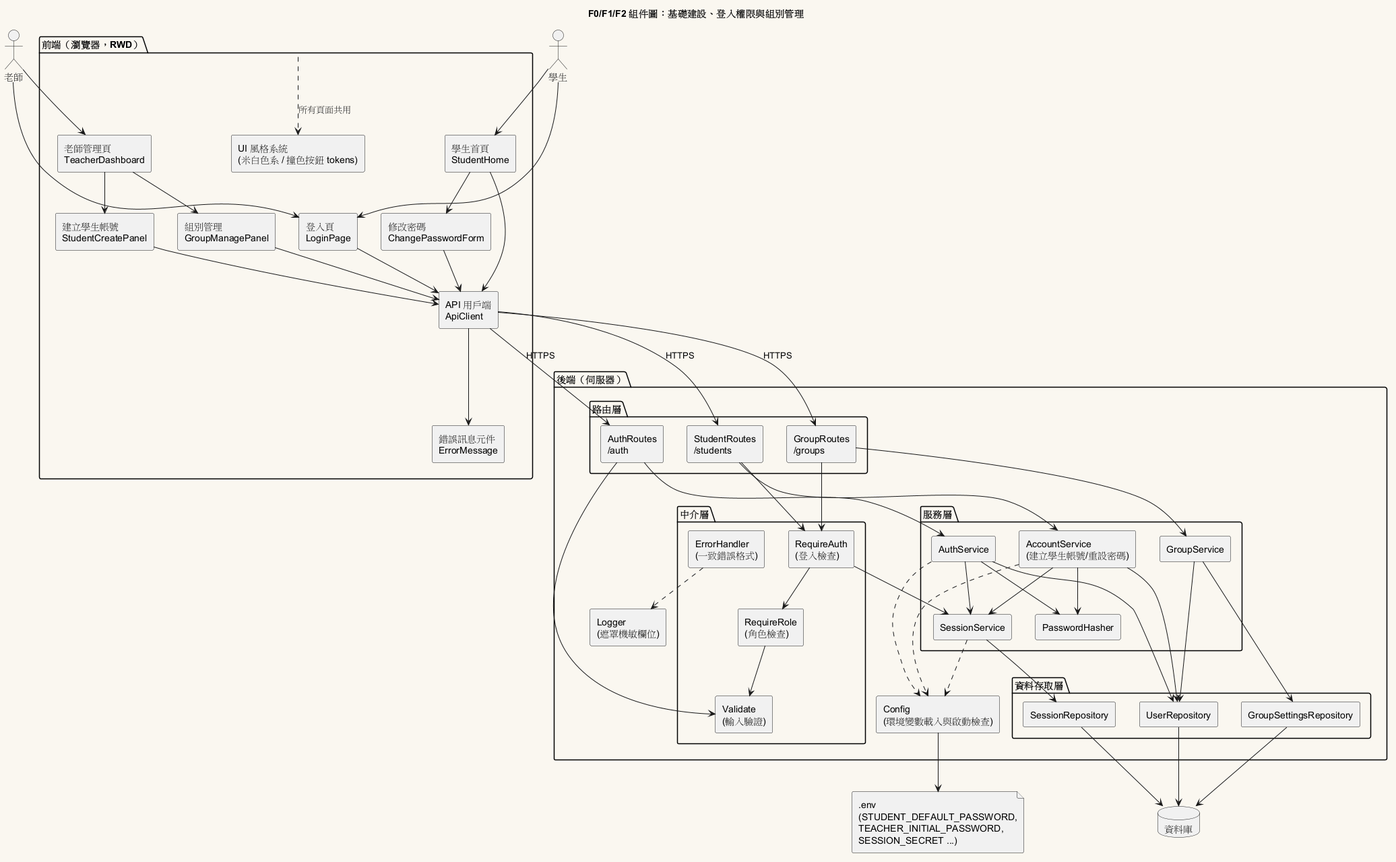
Before: diagrams/001-component.png, a diagram exported from PlantUML (Ennn-1023/SE_project). Its diagram source:
```plantuml
@startuml 001-component
title F0/F1/F2 組件圖：基礎建設、登入權限與組別管理

skinparam componentStyle rectangle
skinparam backgroundColor #FAF7F0
skinparam shadowing false

actor "老師" as Teacher
actor "學生" as Student

package "前端（瀏覽器，RWD）" as FE {
  [UI 風格系統\n(米白色系 / 撞色按鈕 tokens)] as Theme
  [登入頁\nLoginPage] as LoginPage
  [老師管理頁\nTeacherDashboard] as TeacherPage
  [建立學生帳號\nStudentCreatePanel] as CreatePanel
  [組別管理\nGroupManagePanel] as GroupManage
  [學生首頁\nStudentHome] as StudentHome
  [修改密碼\nChangePasswordForm] as ChangePwd
  [API 用戶端\nApiClient] as ApiClient
  [錯誤訊息元件\nErrorMessage] as ErrorView
}

package "後端（伺服器）" as BE {
  package "路由層" {
    [AuthRoutes\n/auth] as AuthRoutes
    [StudentRoutes\n/students] as StudentRoutes
    [GroupRoutes\n/groups] as GroupRoutes
  }
  package "中介層" {
    [RequireAuth\n(登入檢查)] as RequireAuth
    [RequireRole\n(角色檢查)] as RequireRole
    [Validate\n(輸入驗證)] as Validate
    [ErrorHandler\n(一致錯誤格式)] as ErrorHandler
  }
  package "服務層" {
    [AuthService] as AuthService
    [SessionService] as SessionService
    [AccountService\n(建立學生帳號/重設密碼)] as AccountService
    [GroupService] as GroupService
    [PasswordHasher] as Hasher
  }
  package "資料存取層" {
    [UserRepository] as UserRepo
    [SessionRepository] as SessionRepo
    [GroupSettingsRepository] as GroupRepo
  }
  [Config\n(環境變數載入與啟動檢查)] as Config
  [Logger\n(遮罩機敏欄位)] as Logger
}

database "資料庫" as DB
file ".env\n(STUDENT_DEFAULT_PASSWORD,\nTEACHER_INITIAL_PASSWORD,\nSESSION_SECRET ...)" as EnvFile

Teacher --> LoginPage
Student --> LoginPage
Teacher --> TeacherPage
Student --> StudentHome

TeacherPage --> CreatePanel
TeacherPage --> GroupManage
StudentHome --> ChangePwd

LoginPage --> ApiClient
CreatePanel --> ApiClient
GroupManage --> ApiClient
StudentHome --> ApiClient
ChangePwd --> ApiClient
ApiClient --> ErrorView
FE ..> Theme : 所有頁面共用

ApiClient --> AuthRoutes : HTTPS
ApiClient --> StudentRoutes : HTTPS
ApiClient --> GroupRoutes : HTTPS

AuthRoutes --> Validate
StudentRoutes --> RequireAuth
GroupRoutes --> RequireAuth
RequireAuth --> RequireRole
RequireRole --> Validate

AuthRoutes --> AuthService
StudentRoutes --> AccountService
GroupRoutes --> GroupService

AuthService --> SessionService
AuthService --> Hasher
AuthService --> UserRepo
AccountService --> Hasher
AccountService --> UserRepo
AccountService --> SessionService
GroupService --> UserRepo
GroupService --> GroupRepo
SessionService --> SessionRepo
RequireAuth --> SessionService

UserRepo --> DB
SessionRepo --> DB
GroupRepo --> DB

Config --> EnvFile
AuthService ..> Config
AccountService ..> Config
SessionService ..> Config
ErrorHandler ..> Logger
@enduml
```
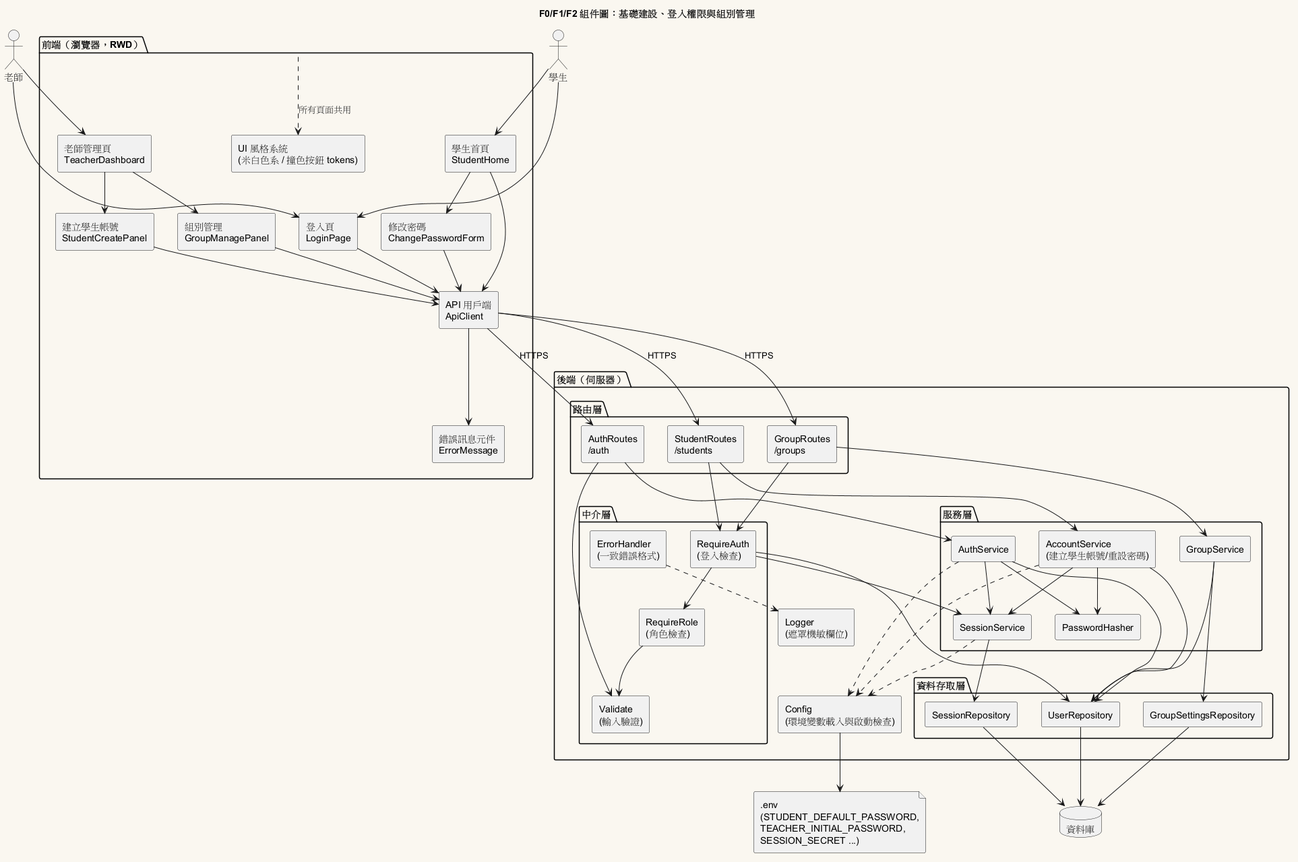
After the change.

Change to the diagram source:
```diff
@@ -92,6 +92,7 @@
 GroupService --> GroupRepo
 SessionService --> SessionRepo
 RequireAuth --> SessionService
+RequireAuth --> UserRepo
 
 UserRepo --> DB
 SessionRepo --> DB
```
